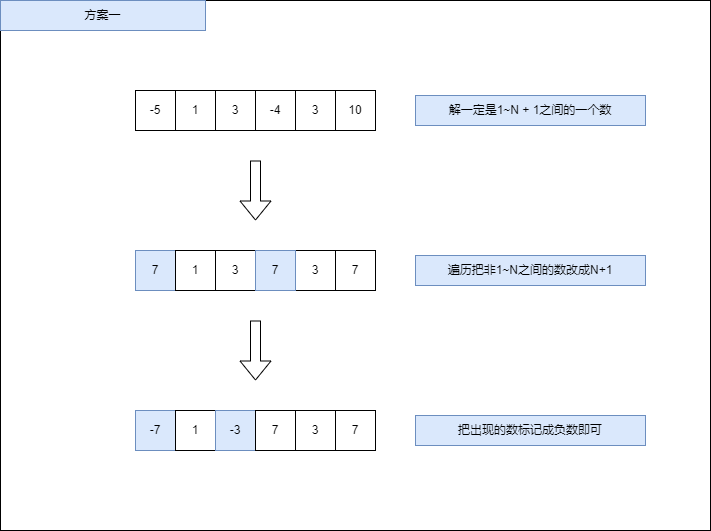
Luozujian/draw keeps this draw.io diagram as UML/缺失的第一个正数.drawio.png. Above is the earlier version. Source tidied: cells renumbered, new cells last; positions are measured from the earlier drawing's top-left corner, leaving out a move shared by most shapes. Its diagram source:
```xml
<mxGraphModel>
  <root>
    <mxCell id="0" />
    <mxCell id="1" parent="0" />
    <mxCell id="2" style="rounded=0;whiteSpace=wrap;html=1;" parent="1" vertex="1">
      <mxGeometry width="710" height="530" as="geometry" />
    </mxCell>
    <mxCell id="3" value="-5" style="rounded=0;whiteSpace=wrap;html=1;" parent="1" vertex="1">
      <mxGeometry x="135" y="90" width="40" height="40" as="geometry" />
    </mxCell>
    <mxCell id="4" value="1" style="rounded=0;whiteSpace=wrap;html=1;" parent="1" vertex="1">
      <mxGeometry x="175" y="90" width="40" height="40" as="geometry" />
    </mxCell>
    <mxCell id="5" value="3" style="rounded=0;whiteSpace=wrap;html=1;" parent="1" vertex="1">
      <mxGeometry x="295" y="90" width="40" height="40" as="geometry" />
    </mxCell>
    <mxCell id="6" value="3" style="rounded=0;whiteSpace=wrap;html=1;" parent="1" vertex="1">
      <mxGeometry x="215" y="90" width="40" height="40" as="geometry" />
    </mxCell>
    <mxCell id="7" value="-4" style="rounded=0;whiteSpace=wrap;html=1;" parent="1" vertex="1">
      <mxGeometry x="255" y="90" width="40" height="40" as="geometry" />
    </mxCell>
    <mxCell id="8" value="10" style="rounded=0;whiteSpace=wrap;html=1;" parent="1" vertex="1">
      <mxGeometry x="335" y="90" width="40" height="40" as="geometry" />
    </mxCell>
    <mxCell id="9" style="shape=flexArrow;endArrow=classic;html=1;rounded=0;" parent="1" edge="1">
      <mxGeometry relative="1" as="geometry">
        <mxPoint x="255" y="160" as="sourcePoint" />
        <mxPoint x="255" y="220" as="targetPoint" />
      </mxGeometry>
    </mxCell>
    <mxCell id="10" value="7" style="rounded=0;whiteSpace=wrap;html=1;fillColor=#dae8fc;strokeColor=#6c8ebf;" parent="1" vertex="1">
      <mxGeometry x="135" y="250" width="40" height="40" as="geometry" />
    </mxCell>
    <mxCell id="11" value="1" style="rounded=0;whiteSpace=wrap;html=1;" parent="1" vertex="1">
      <mxGeometry x="175" y="250" width="40" height="40" as="geometry" />
    </mxCell>
    <mxCell id="12" value="3" style="rounded=0;whiteSpace=wrap;html=1;" parent="1" vertex="1">
      <mxGeometry x="295" y="250" width="40" height="40" as="geometry" />
    </mxCell>
    <mxCell id="13" value="3" style="rounded=0;whiteSpace=wrap;html=1;" parent="1" vertex="1">
      <mxGeometry x="215" y="250" width="40" height="40" as="geometry" />
    </mxCell>
    <mxCell id="14" value="7" style="rounded=0;whiteSpace=wrap;html=1;fillColor=#dae8fc;strokeColor=#6c8ebf;" parent="1" vertex="1">
      <mxGeometry x="255" y="250" width="40" height="40" as="geometry" />
    </mxCell>
    <mxCell id="15" value="7" style="rounded=0;whiteSpace=wrap;html=1;" parent="1" vertex="1">
      <mxGeometry x="335" y="250" width="40" height="40" as="geometry" />
    </mxCell>
    <mxCell id="16" style="shape=flexArrow;endArrow=classic;html=1;rounded=0;" parent="1" edge="1">
      <mxGeometry relative="1" as="geometry">
        <mxPoint x="255" y="320" as="sourcePoint" />
        <mxPoint x="255" y="380" as="targetPoint" />
      </mxGeometry>
    </mxCell>
    <mxCell id="17" value="-7" style="rounded=0;whiteSpace=wrap;html=1;fillColor=#dae8fc;strokeColor=#6c8ebf;" parent="1" vertex="1">
      <mxGeometry x="135" y="410" width="40" height="40" as="geometry" />
    </mxCell>
    <mxCell id="18" value="1" style="rounded=0;whiteSpace=wrap;html=1;" parent="1" vertex="1">
      <mxGeometry x="175" y="410" width="40" height="40" as="geometry" />
    </mxCell>
    <mxCell id="19" value="3" style="rounded=0;whiteSpace=wrap;html=1;" parent="1" vertex="1">
      <mxGeometry x="295" y="410" width="40" height="40" as="geometry" />
    </mxCell>
    <mxCell id="20" value="-3" style="rounded=0;whiteSpace=wrap;html=1;fillColor=#dae8fc;strokeColor=#6c8ebf;" parent="1" vertex="1">
      <mxGeometry x="215" y="410" width="40" height="40" as="geometry" />
    </mxCell>
    <mxCell id="21" value="7" style="rounded=0;whiteSpace=wrap;html=1;" parent="1" vertex="1">
      <mxGeometry x="255" y="410" width="40" height="40" as="geometry" />
    </mxCell>
    <mxCell id="22" value="7" style="rounded=0;whiteSpace=wrap;html=1;" parent="1" vertex="1">
      <mxGeometry x="335" y="410" width="40" height="40" as="geometry" />
    </mxCell>
    <mxCell id="23" value="解一定是1~N + 1之间的一个数" style="text;html=1;align=center;verticalAlign=middle;whiteSpace=wrap;rounded=0;fillColor=#dae8fc;strokeColor=#6c8ebf;" parent="1" vertex="1">
      <mxGeometry x="415" y="95" width="230" height="30" as="geometry" />
    </mxCell>
    <mxCell id="24" value="遍历把非1~N之间的数改成N+1" style="text;html=1;align=center;verticalAlign=middle;whiteSpace=wrap;rounded=0;fillColor=#dae8fc;strokeColor=#6c8ebf;" parent="1" vertex="1">
      <mxGeometry x="415" y="255" width="230" height="30" as="geometry" />
    </mxCell>
    <mxCell id="25" value="把出现的数标记成负数即可" style="text;html=1;align=center;verticalAlign=middle;whiteSpace=wrap;rounded=0;fillColor=#dae8fc;strokeColor=#6c8ebf;" parent="1" vertex="1">
      <mxGeometry x="415" y="415" width="230" height="30" as="geometry" />
    </mxCell>
    <mxCell id="26" value="方案一" style="text;html=1;align=center;verticalAlign=middle;whiteSpace=wrap;rounded=0;fillColor=#dae8fc;strokeColor=#6c8ebf;" parent="1" vertex="1">
      <mxGeometry width="205" height="30" as="geometry" />
    </mxCell>
  </root>
</mxGraphModel>
```
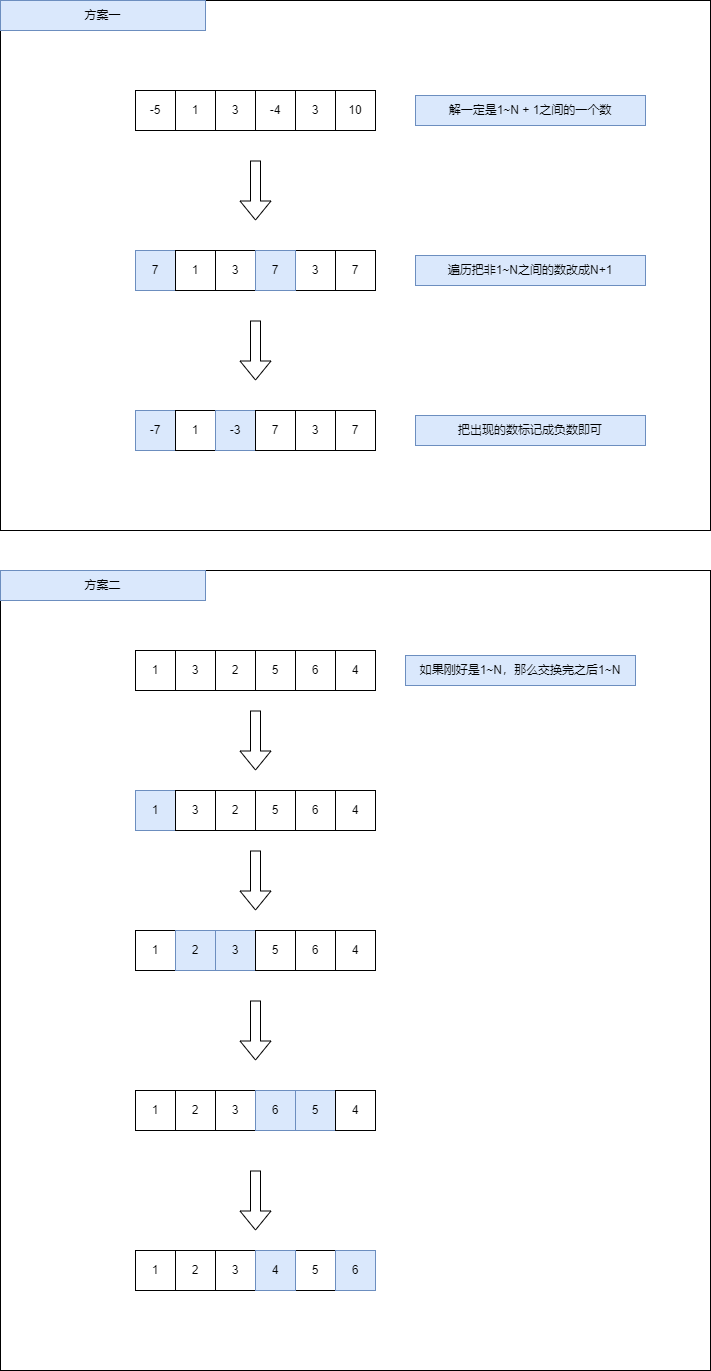
After the change.

Commit message:
更新缺失的第一个正数.drawio.png

Diff of the diagram source:
```diff
@@ -2,6 +2,9 @@
   <root>
     <mxCell id="0" />
     <mxCell id="1" parent="0" />
+    <mxCell id="27" style="rounded=0;whiteSpace=wrap;html=1;" parent="1" vertex="1">
+      <mxGeometry y="570" width="710" height="800" as="geometry" />
+    </mxCell>
     <mxCell id="2" style="rounded=0;whiteSpace=wrap;html=1;" parent="1" vertex="1">
       <mxGeometry width="710" height="530" as="geometry" />
     </mxCell>
@@ -83,5 +86,125 @@
     <mxCell id="26" value="方案一" style="text;html=1;align=center;verticalAlign=middle;whiteSpace=wrap;rounded=0;fillColor=#dae8fc;strokeColor=#6c8ebf;" parent="1" vertex="1">
       <mxGeometry width="205" height="30" as="geometry" />
     </mxCell>
+    <mxCell id="28" value="1" style="rounded=0;whiteSpace=wrap;html=1;" parent="1" vertex="1">
+      <mxGeometry x="135" y="650" width="40" height="40" as="geometry" />
+    </mxCell>
+    <mxCell id="29" value="3" style="rounded=0;whiteSpace=wrap;html=1;" parent="1" vertex="1">
+      <mxGeometry x="175" y="650" width="40" height="40" as="geometry" />
+    </mxCell>
+    <mxCell id="30" value="6" style="rounded=0;whiteSpace=wrap;html=1;" parent="1" vertex="1">
+      <mxGeometry x="295" y="650" width="40" height="40" as="geometry" />
+    </mxCell>
+    <mxCell id="31" value="2" style="rounded=0;whiteSpace=wrap;html=1;" parent="1" vertex="1">
+      <mxGeometry x="215" y="650" width="40" height="40" as="geometry" />
+    </mxCell>
+    <mxCell id="32" value="5" style="rounded=0;whiteSpace=wrap;html=1;" parent="1" vertex="1">
+      <mxGeometry x="255" y="650" width="40" height="40" as="geometry" />
+    </mxCell>
+    <mxCell id="33" value="4" style="rounded=0;whiteSpace=wrap;html=1;" parent="1" vertex="1">
+      <mxGeometry x="335" y="650" width="40" height="40" as="geometry" />
+    </mxCell>
+    <mxCell id="34" value="如果刚好是1~N，那么交换完之后1~N" style="text;html=1;align=center;verticalAlign=middle;whiteSpace=wrap;rounded=0;fillColor=#dae8fc;strokeColor=#6c8ebf;" parent="1" vertex="1">
+      <mxGeometry x="405" y="655" width="230" height="30" as="geometry" />
+    </mxCell>
+    <mxCell id="35" style="shape=flexArrow;endArrow=classic;html=1;rounded=0;" parent="1" edge="1">
+      <mxGeometry relative="1" as="geometry">
+        <mxPoint x="255" y="710" as="sourcePoint" />
+        <mxPoint x="255" y="770" as="targetPoint" />
+      </mxGeometry>
+    </mxCell>
+    <mxCell id="36" style="shape=flexArrow;endArrow=classic;html=1;rounded=0;" parent="1" edge="1">
+      <mxGeometry relative="1" as="geometry">
+        <mxPoint x="255" y="850" as="sourcePoint" />
+        <mxPoint x="255" y="910" as="targetPoint" />
+      </mxGeometry>
+    </mxCell>
+    <mxCell id="37" value="1" style="rounded=0;whiteSpace=wrap;html=1;fillColor=#dae8fc;strokeColor=#6c8ebf;" parent="1" vertex="1">
+      <mxGeometry x="135" y="790" width="40" height="40" as="geometry" />
+    </mxCell>
+    <mxCell id="38" value="3" style="rounded=0;whiteSpace=wrap;html=1;" parent="1" vertex="1">
+      <mxGeometry x="175" y="790" width="40" height="40" as="geometry" />
+    </mxCell>
+    <mxCell id="39" value="6" style="rounded=0;whiteSpace=wrap;html=1;" parent="1" vertex="1">
+      <mxGeometry x="295" y="790" width="40" height="40" as="geometry" />
+    </mxCell>
+    <mxCell id="40" value="2" style="rounded=0;whiteSpace=wrap;html=1;" parent="1" vertex="1">
+      <mxGeometry x="215" y="790" width="40" height="40" as="geometry" />
+    </mxCell>
+    <mxCell id="41" value="5" style="rounded=0;whiteSpace=wrap;html=1;" parent="1" vertex="1">
+      <mxGeometry x="255" y="790" width="40" height="40" as="geometry" />
+    </mxCell>
+    <mxCell id="42" value="4" style="rounded=0;whiteSpace=wrap;html=1;" parent="1" vertex="1">
+      <mxGeometry x="335" y="790" width="40" height="40" as="geometry" />
+    </mxCell>
+    <mxCell id="43" value="1" style="rounded=0;whiteSpace=wrap;html=1;" parent="1" vertex="1">
+      <mxGeometry x="135" y="930" width="40" height="40" as="geometry" />
+    </mxCell>
+    <mxCell id="44" value="2" style="rounded=0;whiteSpace=wrap;html=1;fillColor=#dae8fc;strokeColor=#6c8ebf;" parent="1" vertex="1">
+      <mxGeometry x="175" y="930" width="40" height="40" as="geometry" />
+    </mxCell>
+    <mxCell id="45" value="6" style="rounded=0;whiteSpace=wrap;html=1;" parent="1" vertex="1">
+      <mxGeometry x="295" y="930" width="40" height="40" as="geometry" />
+    </mxCell>
+    <mxCell id="46" value="3" style="rounded=0;whiteSpace=wrap;html=1;fillColor=#dae8fc;strokeColor=#6c8ebf;" parent="1" vertex="1">
+      <mxGeometry x="215" y="930" width="40" height="40" as="geometry" />
+    </mxCell>
+    <mxCell id="47" value="5" style="rounded=0;whiteSpace=wrap;html=1;" parent="1" vertex="1">
+      <mxGeometry x="255" y="930" width="40" height="40" as="geometry" />
+    </mxCell>
+    <mxCell id="48" value="4" style="rounded=0;whiteSpace=wrap;html=1;" parent="1" vertex="1">
+      <mxGeometry x="335" y="930" width="40" height="40" as="geometry" />
+    </mxCell>
+    <mxCell id="49" style="shape=flexArrow;endArrow=classic;html=1;rounded=0;" parent="1" edge="1">
+      <mxGeometry relative="1" as="geometry">
+        <mxPoint x="255" y="1000" as="sourcePoint" />
+        <mxPoint x="255" y="1060" as="targetPoint" />
+      </mxGeometry>
+    </mxCell>
+    <mxCell id="50" value="1" style="rounded=0;whiteSpace=wrap;html=1;" parent="1" vertex="1">
+      <mxGeometry x="135" y="1090" width="40" height="40" as="geometry" />
+    </mxCell>
+    <mxCell id="51" value="2" style="rounded=0;whiteSpace=wrap;html=1;" parent="1" vertex="1">
+      <mxGeometry x="175" y="1090" width="40" height="40" as="geometry" />
+    </mxCell>
+    <mxCell id="52" value="5" style="rounded=0;whiteSpace=wrap;html=1;fillColor=#dae8fc;strokeColor=#6c8ebf;" parent="1" vertex="1">
+      <mxGeometry x="295" y="1090" width="40" height="40" as="geometry" />
+    </mxCell>
+    <mxCell id="53" value="3" style="rounded=0;whiteSpace=wrap;html=1;" parent="1" vertex="1">
+      <mxGeometry x="215" y="1090" width="40" height="40" as="geometry" />
+    </mxCell>
+    <mxCell id="54" value="6" style="rounded=0;whiteSpace=wrap;html=1;fillColor=#dae8fc;strokeColor=#6c8ebf;" parent="1" vertex="1">
+      <mxGeometry x="255" y="1090" width="40" height="40" as="geometry" />
+    </mxCell>
+    <mxCell id="55" value="4" style="rounded=0;whiteSpace=wrap;html=1;" parent="1" vertex="1">
+      <mxGeometry x="335" y="1090" width="40" height="40" as="geometry" />
+    </mxCell>
+    <mxCell id="56" style="shape=flexArrow;endArrow=classic;html=1;rounded=0;" parent="1" edge="1">
+      <mxGeometry relative="1" as="geometry">
+        <mxPoint x="255" y="1170" as="sourcePoint" />
+        <mxPoint x="255" y="1230" as="targetPoint" />
+      </mxGeometry>
+    </mxCell>
+    <mxCell id="57" value="1" style="rounded=0;whiteSpace=wrap;html=1;" parent="1" vertex="1">
+      <mxGeometry x="135" y="1250" width="40" height="40" as="geometry" />
+    </mxCell>
+    <mxCell id="58" value="2" style="rounded=0;whiteSpace=wrap;html=1;" parent="1" vertex="1">
+      <mxGeometry x="175" y="1250" width="40" height="40" as="geometry" />
+    </mxCell>
+    <mxCell id="59" value="5" style="rounded=0;whiteSpace=wrap;html=1;" parent="1" vertex="1">
+      <mxGeometry x="295" y="1250" width="40" height="40" as="geometry" />
+    </mxCell>
+    <mxCell id="60" value="3" style="rounded=0;whiteSpace=wrap;html=1;" parent="1" vertex="1">
+      <mxGeometry x="215" y="1250" width="40" height="40" as="geometry" />
+    </mxCell>
+    <mxCell id="61" value="4" style="rounded=0;whiteSpace=wrap;html=1;fillColor=#dae8fc;strokeColor=#6c8ebf;" parent="1" vertex="1">
+      <mxGeometry x="255" y="1250" width="40" height="40" as="geometry" />
+    </mxCell>
+    <mxCell id="62" value="6" style="rounded=0;whiteSpace=wrap;html=1;fillColor=#dae8fc;strokeColor=#6c8ebf;" parent="1" vertex="1">
+      <mxGeometry x="335" y="1250" width="40" height="40" as="geometry" />
+    </mxCell>
+    <mxCell id="63" value="方案二" style="text;html=1;align=center;verticalAlign=middle;whiteSpace=wrap;rounded=0;fillColor=#dae8fc;strokeColor=#6c8ebf;" parent="1" vertex="1">
+      <mxGeometry y="570" width="205" height="30" as="geometry" />
+    </mxCell>
   </root>
 </mxGraphModel>
```
